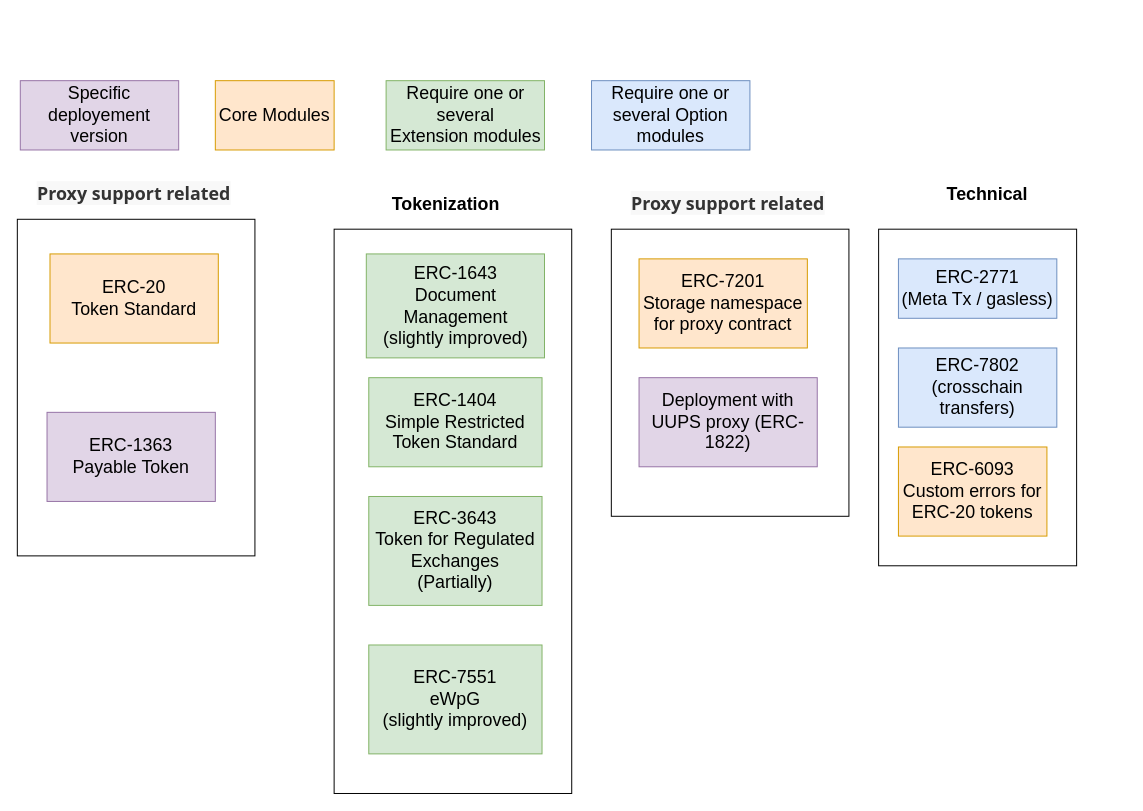
The draw.io diagram page "ERC" (2 of 2) of doc/schema/drawio/architecture.drawio in CMTA/CMTAT, before the edit. Source tidied: cells renumbered, new cells numbered last; positions are measured from the earlier drawing's top-left corner, leaving out a move shared by most shapes. Both pictures are drawn from the tidied source at 99%, with x=0, y=0 at pixel (17, 80).
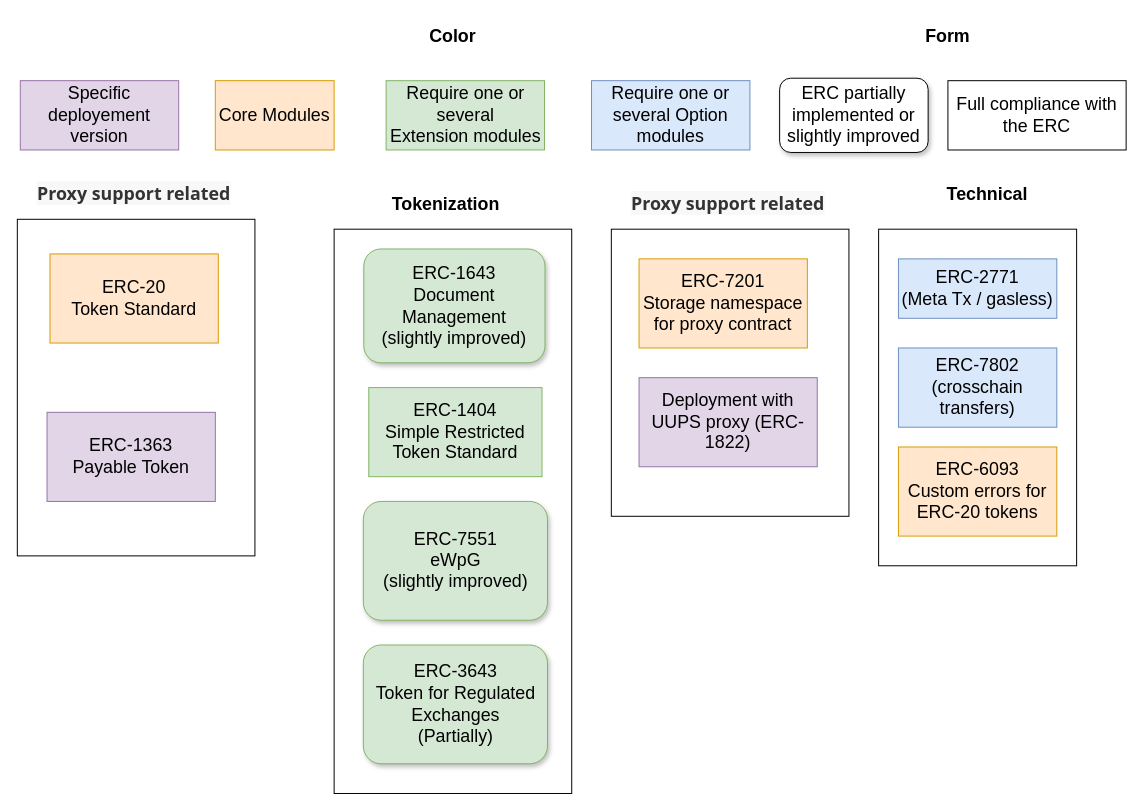
Above is the later version.

Diff of the diagram source:
```diff
@@
-    <mxCell id="6" value="ERC-1643&lt;br style=&quot;font-size: 18px;&quot;&gt;Document Management&lt;br style=&quot;font-size: 18px;&quot;&gt;(slightly improved)" style="rounded=0;whiteSpace=wrap;html=1;fontSize=18;fillColor=#d5e8d4;strokeColor=#82b366;" parent="1" vertex="1">
-      <mxGeometry x="352.5" y="175" width="180" height="105" as="geometry" />
-    </mxCell>
@@
     <mxCell id="11" value="ERC-6093&lt;br style=&quot;font-size: 18px;&quot;&gt;Custom errors for ERC-20 tokens" style="rounded=0;whiteSpace=wrap;html=1;fontSize=18;fillColor=#ffe6cc;strokeColor=#d79b00;" parent="1" vertex="1">
-      <mxGeometry x="890" y="370" width="150" height="90" as="geometry" />
+      <mxGeometry x="890" y="370" width="160" height="90" as="geometry" />
     </mxCell>
@@
     <mxCell id="14" value="ERC-1404&lt;br&gt;Simple Restricted Token Standard" style="rounded=0;whiteSpace=wrap;html=1;fontSize=18;fillColor=#d5e8d4;strokeColor=#82b366;" parent="1" vertex="1">
-      <mxGeometry x="355" y="300" width="175" height="90" as="geometry" />
+      <mxGeometry x="355" y="310" width="175" height="90" as="geometry" />
     </mxCell>
-    <mxCell id="15" value="ERC-3643&lt;br&gt;Token for Regulated Exchanges&lt;br&gt;(Partially)" style="rounded=0;whiteSpace=wrap;html=1;fontSize=18;fillColor=#d5e8d4;strokeColor=#82b366;" parent="1" vertex="1">
-      <mxGeometry x="355" y="420" width="175" height="110" as="geometry" />
-    </mxCell>
-    <mxCell id="16" value="ERC-7551&lt;br&gt;eWpG&lt;br&gt;(slightly improved)" style="rounded=0;whiteSpace=wrap;html=1;fontSize=18;fillColor=#d5e8d4;strokeColor=#82b366;" parent="1" vertex="1">
-      <mxGeometry x="355" y="570" width="175" height="110" as="geometry" />
-    </mxCell>
@@
+    <mxCell id="25" value="&lt;font style=&quot;font-size: 18px;&quot;&gt;ERC partially implemented or slightly improved&lt;/font&gt;" style="rounded=1;whiteSpace=wrap;html=1;glass=0;sketch=0;shadow=1;" parent="1" vertex="1">
+      <mxGeometry x="770" y="-2.5" width="150" height="75" as="geometry" />
+    </mxCell>
+    <mxCell id="26" value="&lt;font style=&quot;font-size: 18px;&quot;&gt;Full compliance with the ERC&lt;/font&gt;" style="rounded=0;whiteSpace=wrap;html=1;shadow=0;glass=0;sketch=0;" parent="1" vertex="1">
+      <mxGeometry x="940" width="180" height="70" as="geometry" />
+    </mxCell>
+    <mxCell id="6" value="&lt;span style=&quot;font-size: 18px;&quot;&gt;ERC-1643&lt;/span&gt;&lt;br style=&quot;font-size: 18px;&quot;&gt;&lt;span style=&quot;font-size: 18px;&quot;&gt;Document Management&lt;/span&gt;&lt;br style=&quot;font-size: 18px;&quot;&gt;&lt;span style=&quot;font-size: 18px;&quot;&gt;(slightly improved)&lt;/span&gt;" style="rounded=1;whiteSpace=wrap;html=1;glass=0;sketch=0;shadow=1;fillColor=#d5e8d4;strokeColor=#82b366;" parent="1" vertex="1">
+      <mxGeometry x="350" y="170" width="183" height="115" as="geometry" />
+    </mxCell>
+    <mxCell id="15" value="&lt;font style=&quot;font-size: 18px;&quot;&gt;ERC-3643&lt;br&gt;Token for Regulated Exchanges&lt;br&gt;(Partially)&lt;/font&gt;" style="rounded=1;whiteSpace=wrap;html=1;glass=0;sketch=0;shadow=1;fillColor=#d5e8d4;strokeColor=#82b366;" parent="1" vertex="1">
+      <mxGeometry x="349.5" y="570" width="186" height="120" as="geometry" />
+    </mxCell>
+    <mxCell id="16" value="&lt;span style=&quot;font-size: 18px;&quot;&gt;ERC-7551&lt;/span&gt;&lt;br style=&quot;font-size: 18px;&quot;&gt;&lt;span style=&quot;font-size: 18px;&quot;&gt;eWpG&lt;/span&gt;&lt;br style=&quot;font-size: 18px;&quot;&gt;&lt;span style=&quot;font-size: 18px;&quot;&gt;(slightly improved)&lt;/span&gt;" style="rounded=1;whiteSpace=wrap;html=1;glass=0;sketch=0;shadow=1;fillColor=#d5e8d4;strokeColor=#82b366;" parent="1" vertex="1">
+      <mxGeometry x="349.5" y="425" width="186" height="120" as="geometry" />
+    </mxCell>
+    <mxCell id="27" value="Color" style="text;html=1;strokeColor=none;fillColor=none;align=center;verticalAlign=middle;whiteSpace=wrap;rounded=0;shadow=1;glass=0;sketch=0;fontSize=18;fontStyle=1;" parent="1" vertex="1">
+      <mxGeometry x="410" y="-60" width="60" height="30" as="geometry" />
+    </mxCell>
+    <mxCell id="28" value="Form" style="text;html=1;strokeColor=none;fillColor=none;align=center;verticalAlign=middle;whiteSpace=wrap;rounded=0;shadow=1;glass=0;sketch=0;fontSize=18;fontStyle=1;" parent="1" vertex="1">
+      <mxGeometry x="910" y="-60" width="60" height="30" as="geometry" />
+    </mxCell>
```
